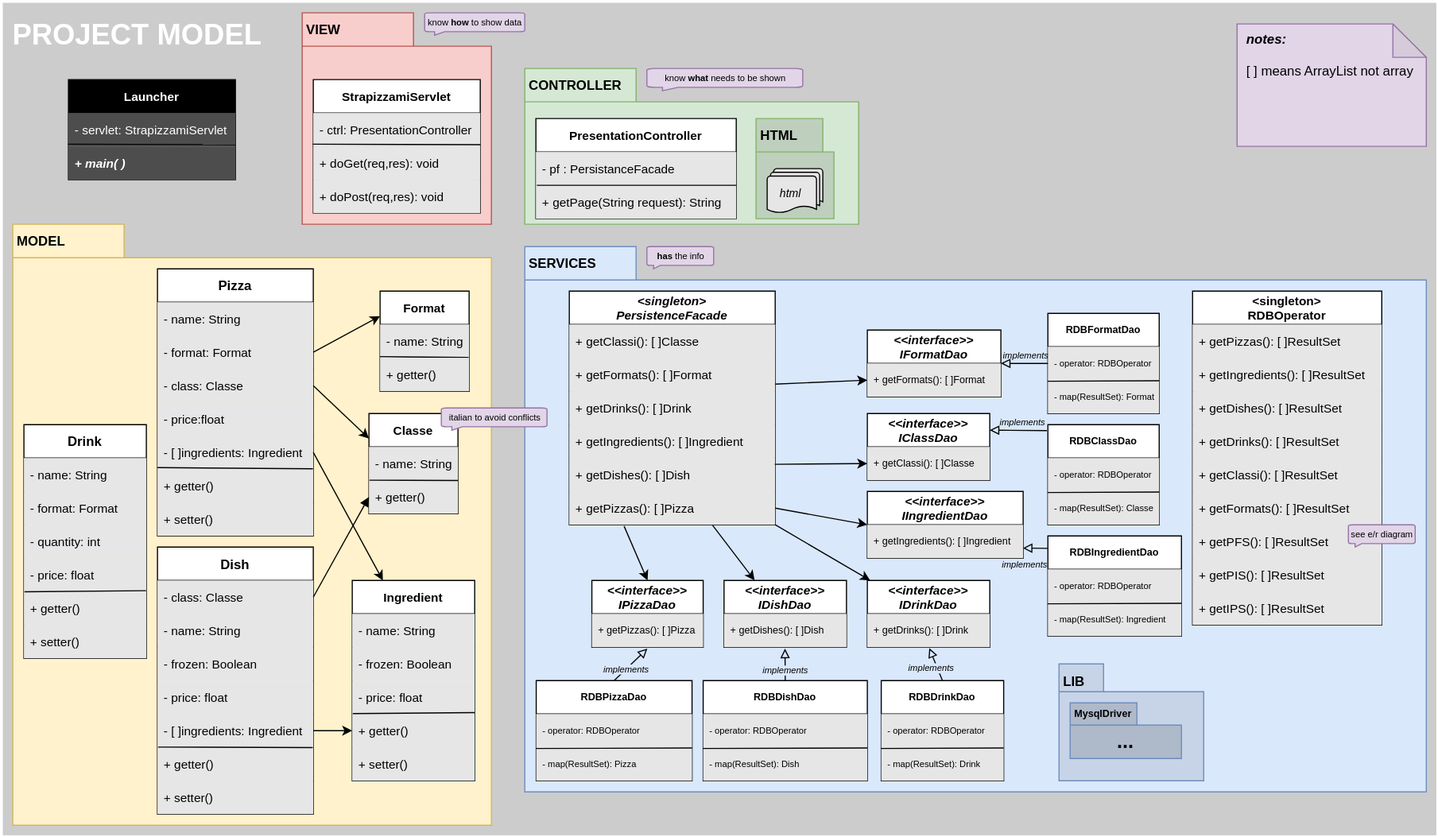
Before: doc/assets/projectModelCiclo1.drawio.svg, a diagram exported from draw.io (omismone/strapizzami). Source tidied: cells renumbered, new cells last; positions are measured from the earlier drawing's top-left corner, leaving out a move shared by most shapes.
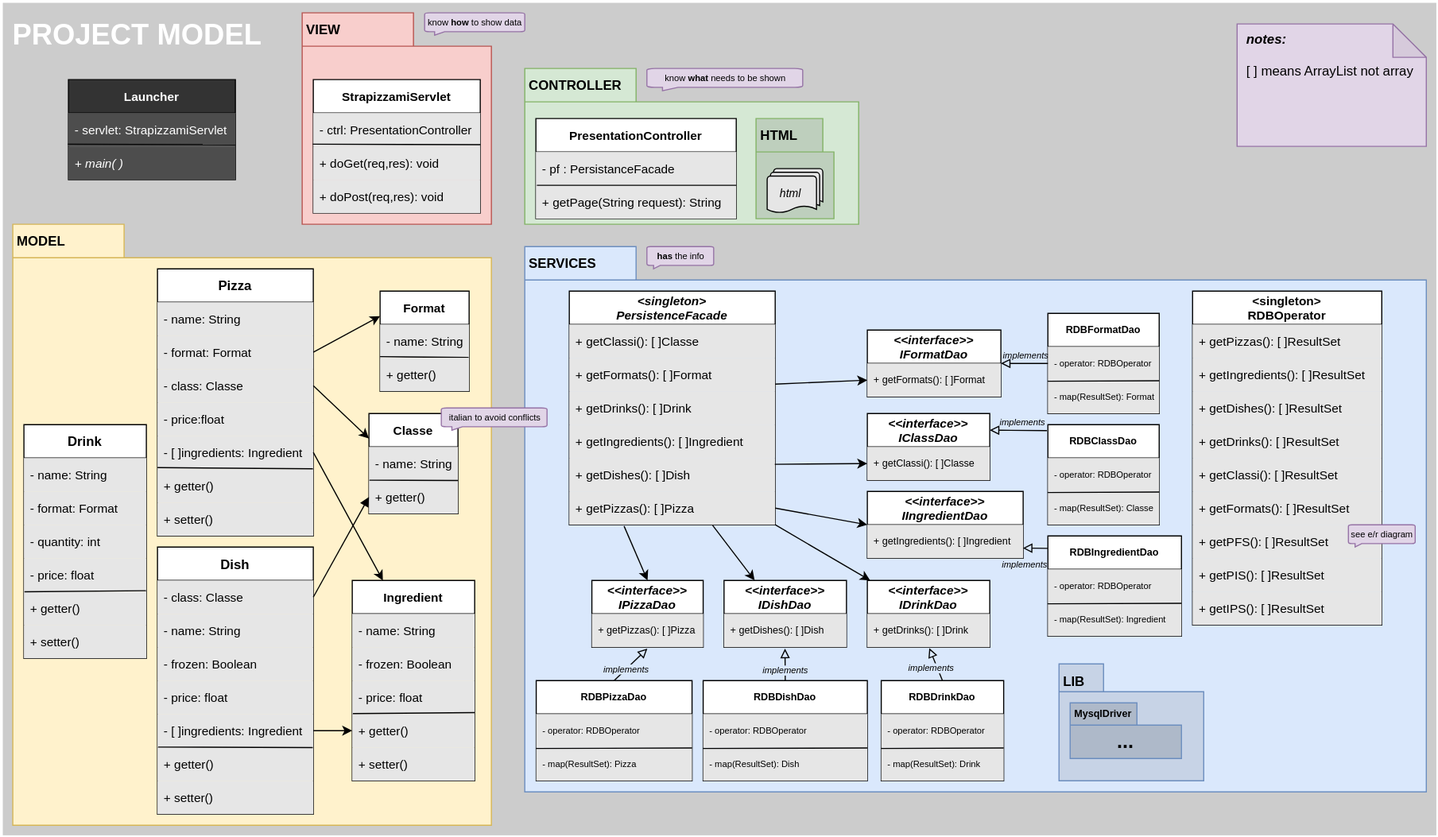
Above is the later version.

Change to the diagram source:
```diff
@@ -436,13 +436,13 @@
     <mxCell id="143" value="&lt;i&gt;&lt;b&gt;&amp;nbsp; notes:&lt;/b&gt;&lt;br&gt;&lt;/i&gt;&lt;br&gt;&amp;nbsp; [ ] means ArrayList not array" style="shape=note;whiteSpace=wrap;html=1;backgroundOutline=1;darkOpacity=0.05;fillColor=#e1d5e7;strokeColor=#9673a6;align=left;verticalAlign=top;" parent="1" vertex="1">
       <mxGeometry x="1110" y="20" width="170" height="110" as="geometry" />
     </mxCell>
-    <mxCell id="144" value="Launcher" style="swimlane;fontStyle=1;horizontal=1;startSize=30;fontSize=11;fontColor=#FFFFFF;fillColor=#000000;" parent="1" vertex="1">
+    <mxCell id="144" value="Launcher" style="swimlane;fontStyle=1;horizontal=1;startSize=30;fontSize=11;fontColor=#FFFFFF;fillColor=#333333;" parent="1" vertex="1">
       <mxGeometry x="60" y="70" width="150" height="90" as="geometry" />
     </mxCell>
     <mxCell id="145" value="- servlet: StrapizzamiServlet" style="text;strokeColor=none;fillColor=#4D4D4D;align=left;verticalAlign=middle;spacingLeft=4;spacingRight=4;overflow=hidden;points=[[0,0.5],[1,0.5]];portConstraint=eastwest;fontSize=11;fontColor=#FFFFFF;" parent="144" vertex="1">
       <mxGeometry y="30" width="150" height="30" as="geometry" />
     </mxCell>
-    <mxCell id="146" value="+ main( )" style="text;strokeColor=none;fillColor=#4D4D4D;align=left;verticalAlign=middle;spacingLeft=4;spacingRight=4;overflow=hidden;points=[[0,0.5],[1,0.5]];portConstraint=eastwest;fontSize=11;fontStyle=3;fontColor=#FFFFFF;" parent="144" vertex="1">
+    <mxCell id="146" value="+ main( )" style="text;strokeColor=none;fillColor=#4D4D4D;align=left;verticalAlign=middle;spacingLeft=4;spacingRight=4;overflow=hidden;points=[[0,0.5],[1,0.5]];portConstraint=eastwest;fontSize=11;fontStyle=2;fontColor=#FFFFFF;" parent="144" vertex="1">
       <mxGeometry y="60" width="150" height="30" as="geometry" />
     </mxCell>
     <mxCell id="147" style="endArrow=none;html=1;rounded=0;fontSize=6;exitX=-0.004;exitY=-0.067;exitDx=0;exitDy=0;exitPerimeter=0;entryX=1.001;entryY=0.948;entryDx=0;entryDy=0;entryPerimeter=0;" parent="144" edge="1" source="146" target="145">
```
